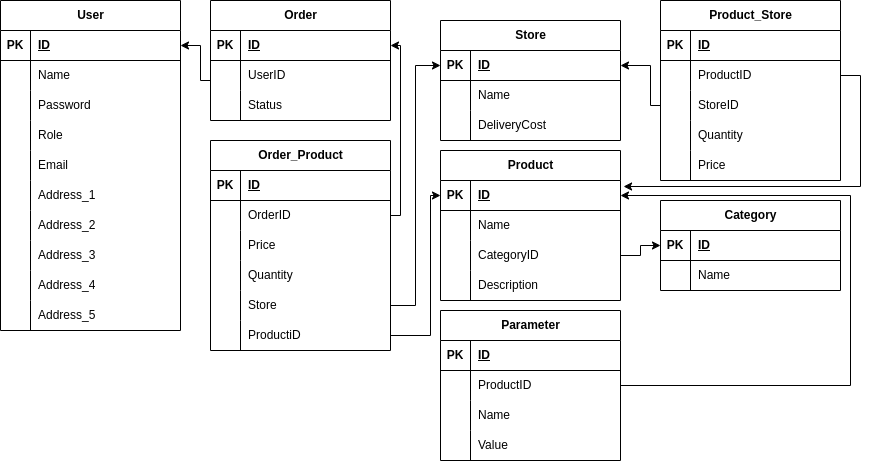
Garpusha/diploma keeps this draw.io diagram as Diploma_scheme.png. Above is the earlier version. Source tidied: cells renumbered, new cells last; positions are measured from the earlier drawing's top-left corner, leaving out a move shared by most shapes.
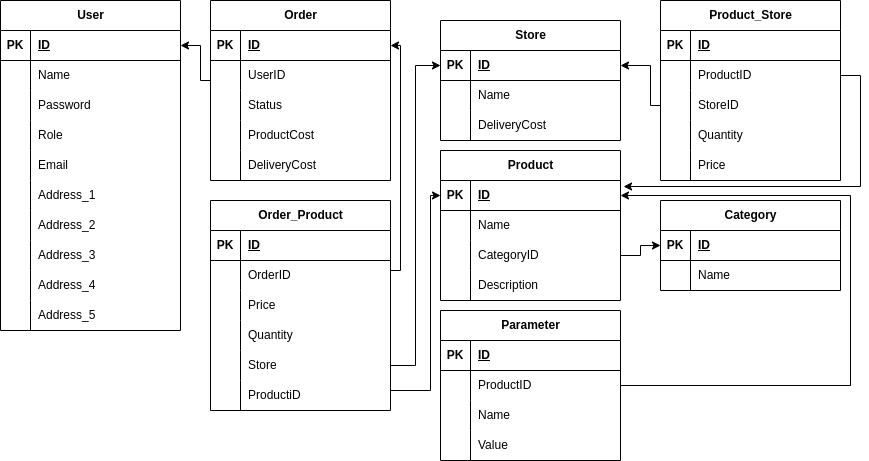
The same diagram one commit later.

Change to the diagram source:
```diff
@@ -221,7 +221,7 @@
       </mxGeometry>
     </mxCell>
     <mxCell id="73" value="Order" style="shape=table;startSize=30;rowLines=0;fontStyle=1;align=center;html=1;" parent="1" vertex="1">
-      <mxGeometry x="210" width="180" height="120" as="geometry" />
+      <mxGeometry x="210" width="180" height="180" as="geometry" />
     </mxCell>
     <mxCell id="74" style="shape=tableRow;horizontal=0;startSize=0;swimlaneHead=0;swimlaneBody=0;fillColor=none;points=[[0,0.5],[1,0.5]];portConstraint=eastwest;top=0;left=0;right=0;bottom=1;" parent="73" vertex="1">
       <mxGeometry y="30" width="180" height="30" as="geometry" />
@@ -250,6 +250,24 @@
     <mxCell id="82" value="Status" style="shape=partialRectangle;fillColor=none;top=0;left=0;bottom=0;right=0;align=left;spacingLeft=6;overflow=hidden;whiteSpace=wrap;html=1;" parent="80" vertex="1">
       <mxGeometry x="30" width="150" height="30" as="geometry" />
     </mxCell>
+    <mxCell id="129" style="shape=tableRow;horizontal=0;startSize=0;swimlaneHead=0;swimlaneBody=0;fillColor=none;top=0;left=0;right=0;bottom=0;" parent="73" vertex="1">
+      <mxGeometry y="120" width="180" height="30" as="geometry" />
+    </mxCell>
+    <mxCell id="130" style="shape=partialRectangle;fillColor=none;top=0;left=0;bottom=0;right=0;overflow=hidden;whiteSpace=wrap;html=1;" parent="129" vertex="1">
+      <mxGeometry width="30" height="30" as="geometry" />
+    </mxCell>
+    <mxCell id="131" value="ProductCost" style="shape=partialRectangle;fillColor=none;top=0;left=0;bottom=0;right=0;align=left;spacingLeft=6;overflow=hidden;whiteSpace=wrap;html=1;" parent="129" vertex="1">
+      <mxGeometry x="30" width="150" height="30" as="geometry" />
+    </mxCell>
+    <mxCell id="132" style="shape=tableRow;horizontal=0;startSize=0;swimlaneHead=0;swimlaneBody=0;fillColor=none;top=0;left=0;right=0;bottom=0;" parent="73" vertex="1">
+      <mxGeometry y="150" width="180" height="30" as="geometry" />
+    </mxCell>
+    <mxCell id="133" style="shape=partialRectangle;fillColor=none;top=0;left=0;bottom=0;right=0;overflow=hidden;whiteSpace=wrap;html=1;" parent="132" vertex="1">
+      <mxGeometry width="30" height="30" as="geometry" />
+    </mxCell>
+    <mxCell id="134" value="DeliveryCost" style="shape=partialRectangle;fillColor=none;top=0;left=0;bottom=0;right=0;align=left;spacingLeft=6;overflow=hidden;whiteSpace=wrap;html=1;" parent="132" vertex="1">
+      <mxGeometry x="30" width="150" height="30" as="geometry" />
+    </mxCell>
     <mxCell id="83" style="edgeStyle=orthogonalEdgeStyle;rounded=0;jettySize=auto;html=1;" parent="1" edge="1" source="77">
       <mxGeometry relative="1" as="geometry">
         <mxPoint x="180" y="45" as="targetPoint" />
@@ -323,7 +341,7 @@
       <mxGeometry relative="1" as="geometry" />
     </mxCell>
     <mxCell id="105" value="Order_Product" style="shape=table;startSize=30;rowLines=0;fontStyle=1;align=center;html=1;" parent="1" vertex="1">
-      <mxGeometry x="210" y="140" width="180" height="210" as="geometry" />
+      <mxGeometry x="210" y="200" width="180" height="210" as="geometry" />
     </mxCell>
     <mxCell id="106" style="shape=tableRow;horizontal=0;startSize=0;swimlaneHead=0;swimlaneBody=0;fillColor=none;top=0;left=0;right=0;bottom=1;" parent="105" vertex="1">
       <mxGeometry y="30" width="180" height="30" as="geometry" />
@@ -380,20 +398,17 @@
       <mxGeometry x="30" width="150" height="30" as="geometry" />
     </mxCell>
     <mxCell id="124" style="edgeStyle=orthogonalEdgeStyle;rounded=0;jettySize=auto;html=1;" parent="1" edge="1" source="118" target="47">
-      <mxGeometry relative="1" as="geometry" />
+      <mxGeometry relative="1" as="geometry">
+        <Array as="points">
+          <mxPoint x="415" y="365" />
+          <mxPoint x="415" y="65" />
+        </Array>
+      </mxGeometry>
     </mxCell>
-    <mxCell id="125" style="edgeStyle=orthogonalEdgeStyle;rounded=0;jettySize=auto;html=1;" parent="1" edge="1" source="121" target="34">
-      <mxGeometry relative="1" as="geometry">
-        <Array as="points">
-          <mxPoint x="430" y="335" />
-          <mxPoint x="430" y="195" />
-        </Array>
-      </mxGeometry>
-    </mxCell>
     <mxCell id="126" style="edgeStyle=orthogonalEdgeStyle;rounded=0;jettySize=auto;html=1;entryX=1;entryY=0.5;entryDx=0;entryDy=0;" parent="1" edge="1" source="109" target="74">
       <mxGeometry relative="1" as="geometry">
         <Array as="points">
-          <mxPoint x="400" y="215" />
+          <mxPoint x="400" y="270" />
           <mxPoint x="400" y="45" />
         </Array>
       </mxGeometry>
@@ -414,5 +429,14 @@
         </Array>
       </mxGeometry>
     </mxCell>
+    <mxCell id="125" style="edgeStyle=orthogonalEdgeStyle;rounded=0;jettySize=auto;html=1;exitX=1;exitY=0.5;exitDx=0;exitDy=0;" parent="1" edge="1" source="121" target="34">
+      <mxGeometry relative="1" as="geometry">
+        <Array as="points">
+          <mxPoint x="390" y="390" />
+          <mxPoint x="430" y="390" />
+          <mxPoint x="430" y="195" />
+        </Array>
+      </mxGeometry>
+    </mxCell>
   </root>
 </mxGraphModel>
```
